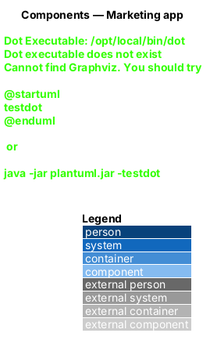
The PlantUML diagram docs/detailed-designs/marketing/landing-page/diagrams/c4-component.png in QuinntyneBrown/faithtech-community, before a commit.
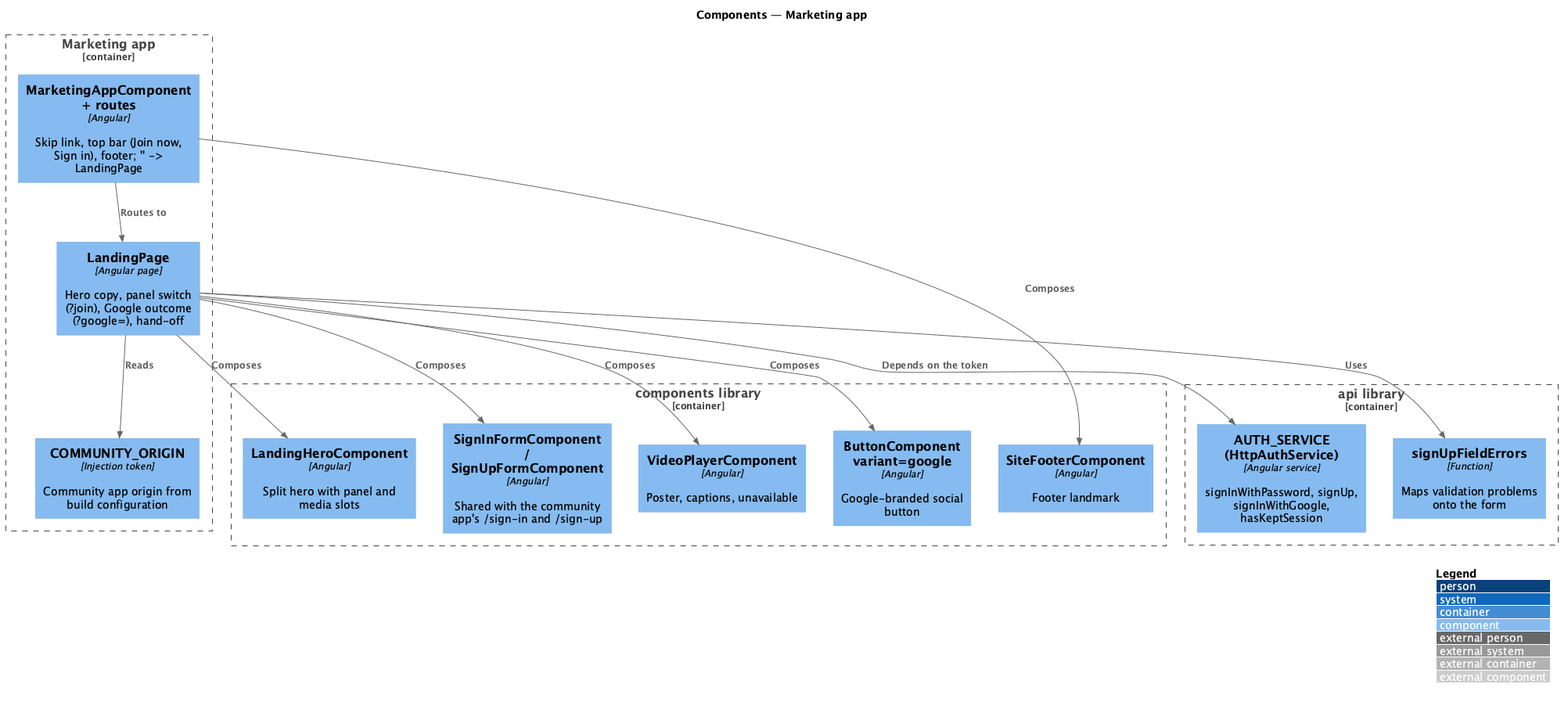
Later version of the same file.

Diff of the diagram source:
```diff
@@ -11,7 +11,7 @@
 Container_Boundary(lib, "components library") {
   Component(hero, "LandingHeroComponent", "Angular", "Split hero with panel and media slots")
   Component(forms, "SignInFormComponent / SignUpFormComponent", "Angular", "Shared with the community app's /sign-in and /sign-up")
-  Component(video, "VideoPlayerComponent", "Angular", "Poster, captions, transcript, unavailable")
+  Component(video, "VideoPlayerComponent", "Angular", "Poster, captions, unavailable")
   Component(btn, "ButtonComponent variant=google", "Angular", "Google-branded social button")
   Component(footer, "SiteFooterComponent", "Angular", "Footer landmark")
 }
```
